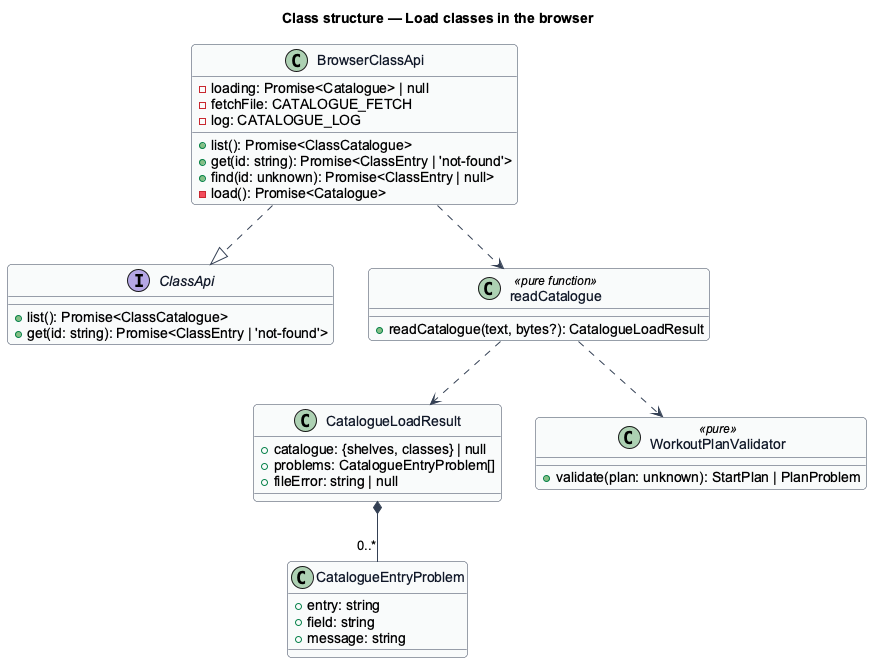
This is docs/detailed-designs/browser-edition/load-classes-in-browser/diagrams/class-structure.png from QuinntyneBrown/ride-one, a PlantUML export, as it was before one commit.
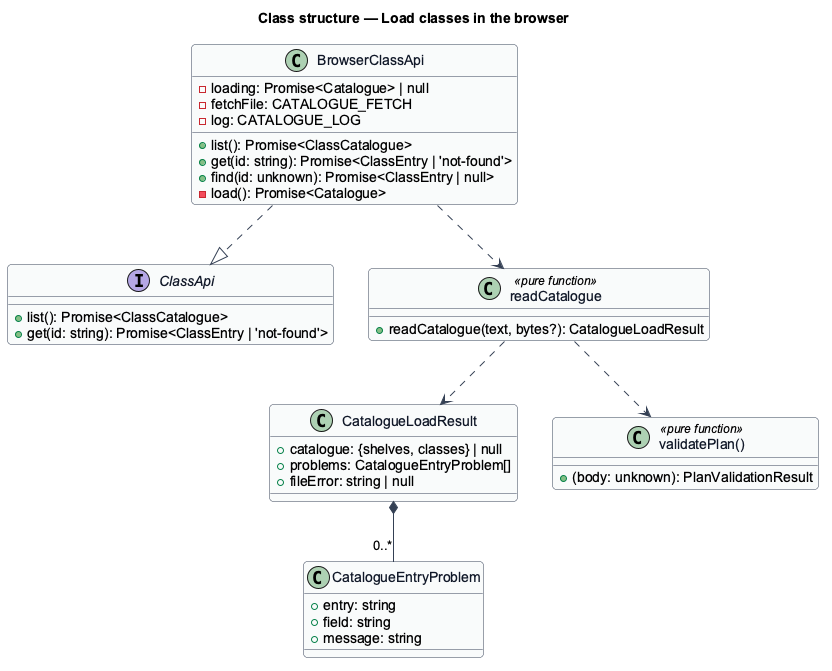
Later version of the same file.

Change to the diagram source:
```diff
@@ -37,8 +37,8 @@
   +field: string
   +message: string
 }
-class WorkoutPlanValidator <<pure>> {
-  +validate(plan: unknown): StartPlan | PlanProblem
+class "validatePlan()" as WorkoutPlanValidator <<pure function>> {
+  +(body: unknown): PlanValidationResult
 }
 BrowserClassApi ..|> ClassApi
 BrowserClassApi ..> ClassCatalogueReader
```
